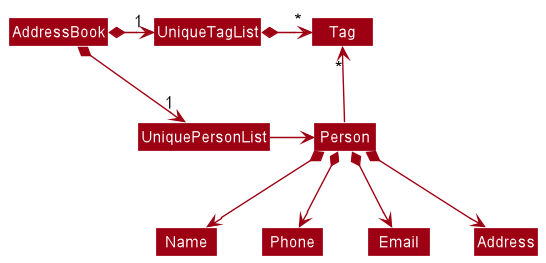
The PlantUML diagram docs/images/BetterModelClassDiagram.png in nus-cs2103-AY2122S1/tp, before a commit.
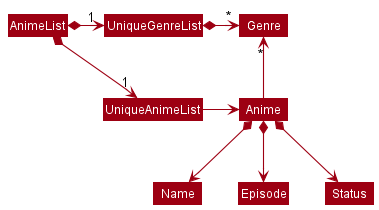
After the commit.

Change to the diagram source:
```diff
@@ -4,18 +4,17 @@
 skinparam arrowColor MODEL_COLOR
 skinparam classBackgroundColor MODEL_COLOR
 
-AddressBook *-right-> "1" UniquePersonList
-AddressBook *-right-> "1" UniqueTagList
-UniqueTagList -[hidden]down- UniquePersonList
-UniqueTagList -[hidden]down- UniquePersonList
+AnimeList *-right-> "1" UniqueAnimeList
+AnimeList *-right-> "1" UniqueGenreList
+UniqueGenreList -[hidden]down- UniqueAnimeList
+UniqueGenreList -[hidden]down- UniqueAnimeList
 
-UniqueTagList *-right-> "*" Tag
-UniquePersonList -right-> Person
+UniqueGenreList *-right-> "*" Genre
+UniqueAnimeList -right-> Anime
 
-Person -up-> "*" Tag
+Anime -up-> "*" Genre
 
-Person *--> Name
-Person *--> Phone
-Person *--> Email
-Person *--> Address
+Anime *--> Name
+Anime *--> Episode
+Anime *--> Status
 @enduml
```
